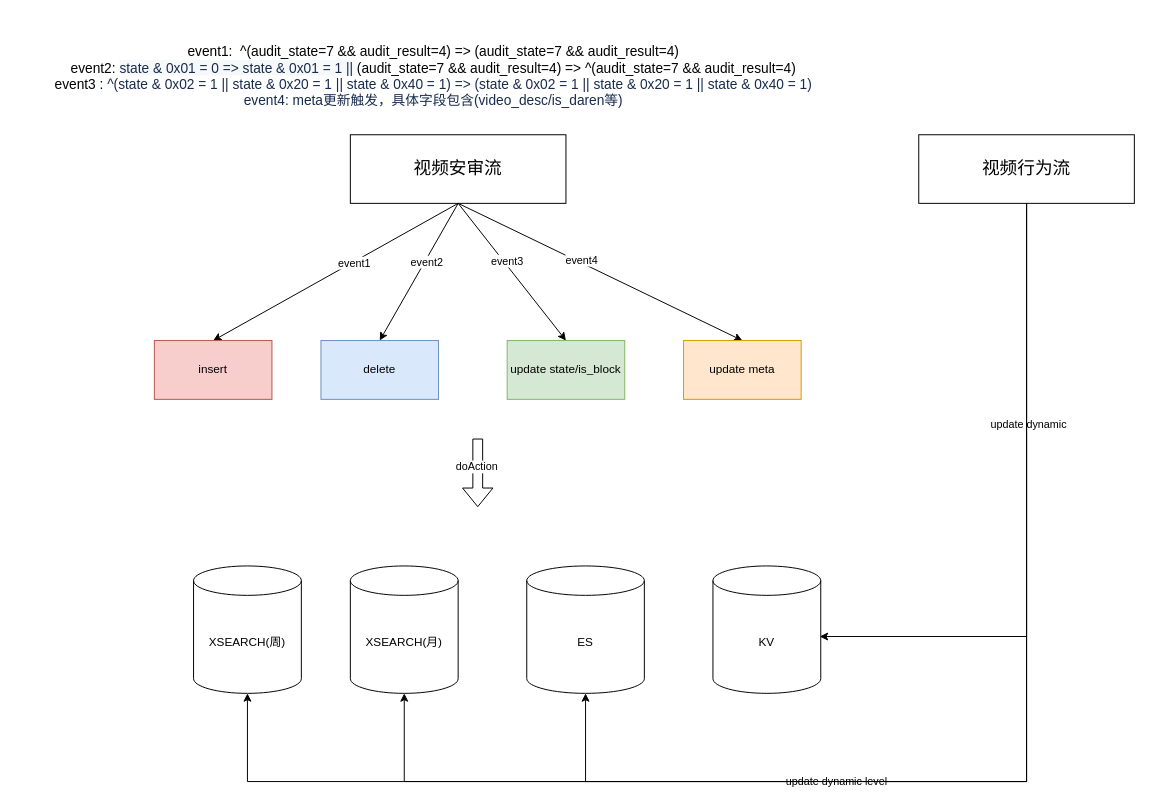
Before: search_flow.drawio in learn2Pro/draw_io_save, a draw.io diagram. Source tidied: cells renumbered, new cells numbered last; positions are measured from the earlier drawing's top-left corner, leaving out a move shared by most shapes. Both pictures are drawn from the tidied source at 98%, with x=0, y=0 at pixel (17, 17).
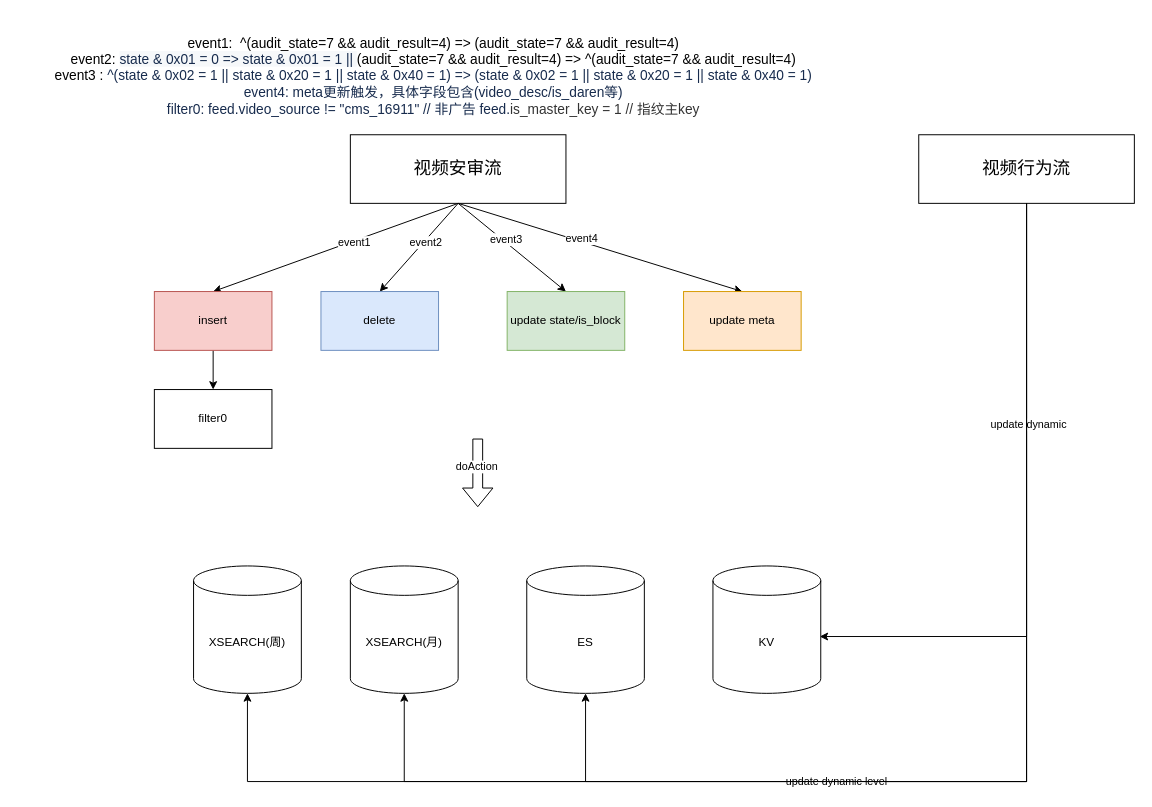
After the change.

Diff of the diagram source:
```diff
@@
-    <mxCell id="14" value="&lt;font style=&quot;font-size: 14px&quot;&gt;event1:&amp;nbsp; ^(audit_state=7 &amp;amp;&amp;amp; audit_result=4) =&amp;gt; (audit_state=7 &amp;amp;&amp;amp; audit_result=4)&lt;br&gt;event2:&amp;nbsp;&lt;span style=&quot;color: rgb(23 , 43 , 77) ; text-align: left ; background-color: rgb(246 , 248 , 250)&quot;&gt;state &amp;amp; 0x01 = 0 =&amp;gt; state &amp;amp; 0x01 = 1 ||&amp;nbsp;&lt;/span&gt;(audit_state=7 &amp;amp;&amp;amp; audit_result=4) =&amp;gt; ^(audit_state=7 &amp;amp;&amp;amp; audit_result=4)&lt;br&gt;event3 :&amp;nbsp;&lt;span style=&quot;background-color: rgb(255 , 255 , 255) ; color: rgb(23 , 43 , 77) ; font-family: , , &amp;#34;segoe ui&amp;#34; , &amp;#34;roboto&amp;#34; , &amp;#34;oxygen&amp;#34; , &amp;#34;ubuntu&amp;#34; , &amp;#34;fira sans&amp;#34; , &amp;#34;droid sans&amp;#34; , &amp;#34;helvetica neue&amp;#34; , sans-serif ; text-align: left&quot;&gt;^(state &amp;amp; 0x02 = 1 || state &amp;amp; 0x20 = 1 || state &amp;amp; 0x40 = 1) =&amp;gt;&amp;nbsp;&lt;/span&gt;&lt;span style=&quot;background-color: rgb(255 , 255 , 255) ; color: rgb(23 , 43 , 77) ; font-family: , , &amp;#34;segoe ui&amp;#34; , &amp;#34;roboto&amp;#34; , &amp;#34;oxygen&amp;#34; , &amp;#34;ubuntu&amp;#34; , &amp;#34;fira sans&amp;#34; , &amp;#34;droid sans&amp;#34; , &amp;#34;helvetica neue&amp;#34; , sans-serif ; text-align: left&quot;&gt;(state &amp;amp; 0x02 = 1 || state &amp;amp; 0x20 = 1 || state &amp;amp; 0x40 = 1)&lt;br&gt;&lt;/span&gt;&lt;span style=&quot;background-color: rgb(255 , 255 , 255) ; color: rgb(23 , 43 , 77) ; font-family: , , &amp;#34;segoe ui&amp;#34; , &amp;#34;roboto&amp;#34; , &amp;#34;oxygen&amp;#34; , &amp;#34;ubuntu&amp;#34; , &amp;#34;fira sans&amp;#34; , &amp;#34;droid sans&amp;#34; , &amp;#34;helvetica neue&amp;#34; , sans-serif ; text-align: left&quot;&gt;event4: meta更新触发，具体字段包含(video_desc/is_daren等)&lt;br&gt;&lt;/span&gt;&lt;/font&gt;" style="text;html=1;strokeColor=none;fillColor=none;align=center;verticalAlign=middle;whiteSpace=wrap;rounded=0;" parent="1" vertex="1">
+    <mxCell id="14" value="&lt;font style=&quot;font-size: 14px&quot;&gt;event1:&amp;nbsp; ^(audit_state=7 &amp;amp;&amp;amp; audit_result=4) =&amp;gt; (audit_state=7 &amp;amp;&amp;amp; audit_result=4)&lt;br&gt;event2:&amp;nbsp;&lt;span style=&quot;color: rgb(23 , 43 , 77) ; text-align: left ; background-color: rgb(246 , 248 , 250)&quot;&gt;state &amp;amp; 0x01 = 0 =&amp;gt; state &amp;amp; 0x01 = 1 ||&amp;nbsp;&lt;/span&gt;(audit_state=7 &amp;amp;&amp;amp; audit_result=4) =&amp;gt; ^(audit_state=7 &amp;amp;&amp;amp; audit_result=4)&lt;br&gt;event3 :&amp;nbsp;&lt;span style=&quot;background-color: rgb(255 , 255 , 255) ; color: rgb(23 , 43 , 77) ; font-family: , , &amp;#34;segoe ui&amp;#34; , &amp;#34;roboto&amp;#34; , &amp;#34;oxygen&amp;#34; , &amp;#34;ubuntu&amp;#34; , &amp;#34;fira sans&amp;#34; , &amp;#34;droid sans&amp;#34; , &amp;#34;helvetica neue&amp;#34; , sans-serif ; text-align: left&quot;&gt;^(state &amp;amp; 0x02 = 1 || state &amp;amp; 0x20 = 1 || state &amp;amp; 0x40 = 1) =&amp;gt;&amp;nbsp;&lt;/span&gt;&lt;span style=&quot;background-color: rgb(255 , 255 , 255) ; color: rgb(23 , 43 , 77) ; font-family: , , &amp;#34;segoe ui&amp;#34; , &amp;#34;roboto&amp;#34; , &amp;#34;oxygen&amp;#34; , &amp;#34;ubuntu&amp;#34; , &amp;#34;fira sans&amp;#34; , &amp;#34;droid sans&amp;#34; , &amp;#34;helvetica neue&amp;#34; , sans-serif ; text-align: left&quot;&gt;(state &amp;amp; 0x02 = 1 || state &amp;amp; 0x20 = 1 || state &amp;amp; 0x40 = 1)&lt;br&gt;&lt;/span&gt;&lt;span style=&quot;background-color: rgb(255 , 255 , 255) ; color: rgb(23 , 43 , 77) ; font-family: , , &amp;#34;segoe ui&amp;#34; , &amp;#34;roboto&amp;#34; , &amp;#34;oxygen&amp;#34; , &amp;#34;ubuntu&amp;#34; , &amp;#34;fira sans&amp;#34; , &amp;#34;droid sans&amp;#34; , &amp;#34;helvetica neue&amp;#34; , sans-serif ; text-align: left&quot;&gt;event4: meta更新触发，具体字段包含(video_desc/is_daren等)&lt;br&gt;filter0:&amp;nbsp;&lt;/span&gt;&lt;span style=&quot;background-color: rgb(255 , 255 , 255) ; color: rgb(23 , 43 , 77) ; font-family: , , &amp;#34;segoe ui&amp;#34; , &amp;#34;roboto&amp;#34; , &amp;#34;oxygen&amp;#34; , &amp;#34;ubuntu&amp;#34; , &amp;#34;fira sans&amp;#34; , &amp;#34;droid sans&amp;#34; , &amp;#34;helvetica neue&amp;#34; , sans-serif ; text-align: left&quot;&gt;feed.video_source&amp;nbsp;!= &quot;cms_16911&quot;&amp;nbsp;// 非广告&amp;nbsp;&lt;/span&gt;&lt;span style=&quot;background-color: rgb(255 , 255 , 255) ; color: rgb(23 , 43 , 77) ; font-family: , , &amp;#34;segoe ui&amp;#34; , &amp;#34;roboto&amp;#34; , &amp;#34;oxygen&amp;#34; , &amp;#34;ubuntu&amp;#34; , &amp;#34;fira sans&amp;#34; , &amp;#34;droid sans&amp;#34; , &amp;#34;helvetica neue&amp;#34; , sans-serif ; text-align: left&quot;&gt;feed.&lt;/span&gt;&lt;span style=&quot;font-family: , , &amp;#34;segoe ui&amp;#34; , &amp;#34;roboto&amp;#34; , &amp;#34;oxygen&amp;#34; , &amp;#34;ubuntu&amp;#34; , &amp;#34;fira sans&amp;#34; , &amp;#34;droid sans&amp;#34; , &amp;#34;helvetica neue&amp;#34; , sans-serif ; text-align: left ; margin: 0px ; color: rgb(51 , 51 , 51)&quot;&gt;is_master_key = 1&amp;nbsp;// 指纹主key&lt;/span&gt;&lt;span style=&quot;background-color: rgb(255 , 255 , 255) ; color: rgb(23 , 43 , 77) ; font-family: , , &amp;#34;segoe ui&amp;#34; , &amp;#34;roboto&amp;#34; , &amp;#34;oxygen&amp;#34; , &amp;#34;ubuntu&amp;#34; , &amp;#34;fira sans&amp;#34; , &amp;#34;droid sans&amp;#34; , &amp;#34;helvetica neue&amp;#34; , sans-serif ; text-align: left&quot;&gt;&lt;br&gt;&lt;/span&gt;&lt;/font&gt;" style="text;html=1;strokeColor=none;fillColor=none;align=center;verticalAlign=middle;whiteSpace=wrap;rounded=0;" parent="1" vertex="1">
       <mxGeometry width="850" height="120" as="geometry" />
     </mxCell>
@@
+    <mxCell id="29" style="edgeStyle=orthogonalEdgeStyle;rounded=0;jettySize=auto;html=1;" parent="1" edge="1" source="18" target="30">
+      <mxGeometry relative="1" as="geometry" />
+    </mxCell>
     <mxCell id="18" value="insert" style="rounded=0;whiteSpace=wrap;html=1;fillColor=#f8cecc;strokeColor=#b85450;" parent="1" vertex="1">
-      <mxGeometry x="140" y="330" width="120" height="60" as="geometry" />
+      <mxGeometry x="140" y="280" width="120" height="60" as="geometry" />
     </mxCell>
@@
     <mxCell id="20" value="delete" style="rounded=0;whiteSpace=wrap;html=1;fillColor=#dae8fc;strokeColor=#6c8ebf;" parent="1" vertex="1">
-      <mxGeometry x="310" y="330" width="120" height="60" as="geometry" />
+      <mxGeometry x="310" y="280" width="120" height="60" as="geometry" />
     </mxCell>
     <mxCell id="21" value="update state/is_block" style="rounded=0;whiteSpace=wrap;html=1;fillColor=#d5e8d4;strokeColor=#82b366;" parent="1" vertex="1">
-      <mxGeometry x="500" y="330" width="120" height="60" as="geometry" />
+      <mxGeometry x="500" y="280" width="120" height="60" as="geometry" />
     </mxCell>
     <mxCell id="22" value="update meta" style="rounded=0;whiteSpace=wrap;html=1;fillColor=#ffe6cc;strokeColor=#d79b00;" parent="1" vertex="1">
-      <mxGeometry x="680" y="330" width="120" height="60" as="geometry" />
+      <mxGeometry x="680" y="280" width="120" height="60" as="geometry" />
     </mxCell>
@@
+    <mxCell id="30" value="filter0" style="rounded=0;whiteSpace=wrap;html=1;" parent="1" vertex="1">
+      <mxGeometry x="140" y="380" width="120" height="60" as="geometry" />
+    </mxCell>
```
